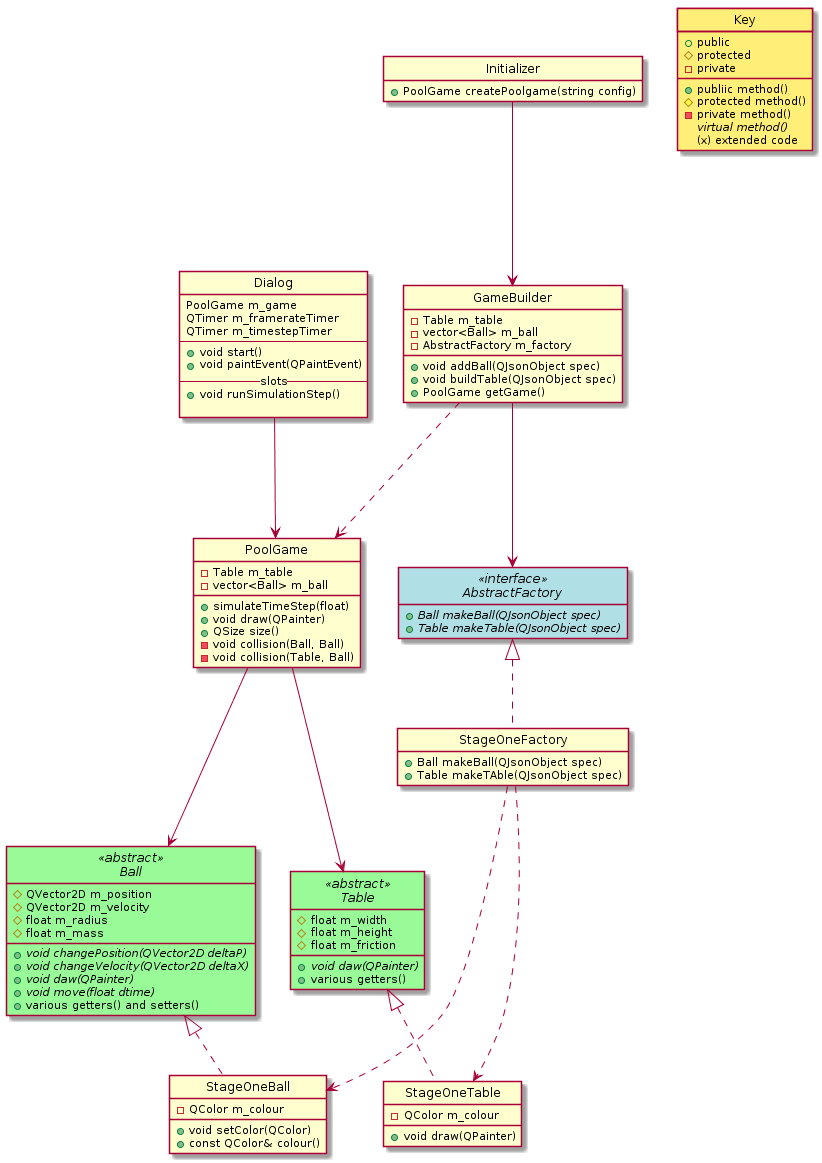
Above: class.png in KittenHero/QtPoolGame (PlantUML), before the change.
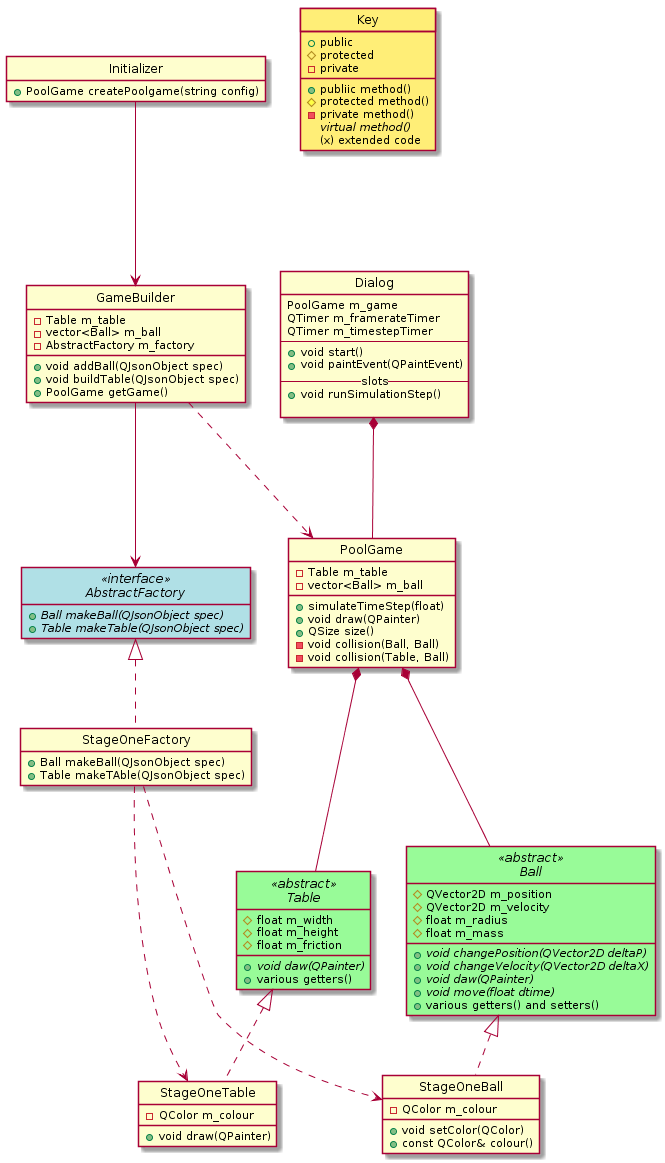
The same diagram one commit later.

Commit message:
fixed uml inheritance

The edit, as a diff of the source:
```diff
@@ -1,4 +1,28 @@
 @startuml
+interface AbstractFactory <<interface>> {
+    +{abstract} Ball makeBall(QJsonObject spec)
+    +{abstract} Table makeTable(QJsonObject spec)
+}
+
+class StageOneFactory {
+    +Ball makeBall(QJsonObject spec)
+    +Table makeTAble(QJsonObject spec)
+}
+
+class GameBuilder {
+    -Table m_table
+    -vector<Ball> m_ball
+    -AbstractFactory m_factory
+
+    +void addBall(QJsonObject spec)
+    +void buildTable(QJsonObject spec)
+    +PoolGame getGame()
+}
+
+class Initializer {
+    +PoolGame createPoolgame(string config)
+}
+
 class Dialog {
     PoolGame m_game
     QTimer m_framerateTimer
@@ -56,33 +80,15 @@
     +void draw(QPainter)
 }
 
-interface AbstractFactory <<interface>> {
-    +{abstract} Ball makeBall(QJsonObject spec)
-    +{abstract} Table makeTable(QJsonObject spec)
-}
 
-class StageOneFactory {
-    +Ball makeBall(QJsonObject spec)
-    +Table makeTAble(QJsonObject spec)
-}
+Initializer     --->    GameBuilder
 
-class GameBuilder {
-    -Table m_table
-    -vector<Ball> m_ball
-    -AbstractFactory m_factory
+GameBuilder     --->    AbstractFactory
+GameBuilder     ...>    PoolGame
 
-    +void addBall(QJsonObject spec)
-    +void buildTable(QJsonObject spec)
-    +PoolGame getGame()
-}
-
-class Initializer {
-    +PoolGame createPoolgame(string config)
-}
-
-Dialog          --->    PoolGame
-PoolGame        --->    Table
-PoolGame        --->    Ball
+Dialog          *---    PoolGame
+PoolGame        *---    Table
+PoolGame        *---    Ball
 Table           <|..    StageOneTable
 Ball            <|..    StageOneBall
 
@@ -90,10 +96,6 @@
 StageOneFactory ...>    StageOneBall
 StageOneFactory ...>    StageOneTable
 
-Initializer     --->    GameBuilder
-
-GameBuilder     --->    AbstractFactory
-GameBuilder     ...>    PoolGame
 
 class Key #ffee77 {
 	+public
```
